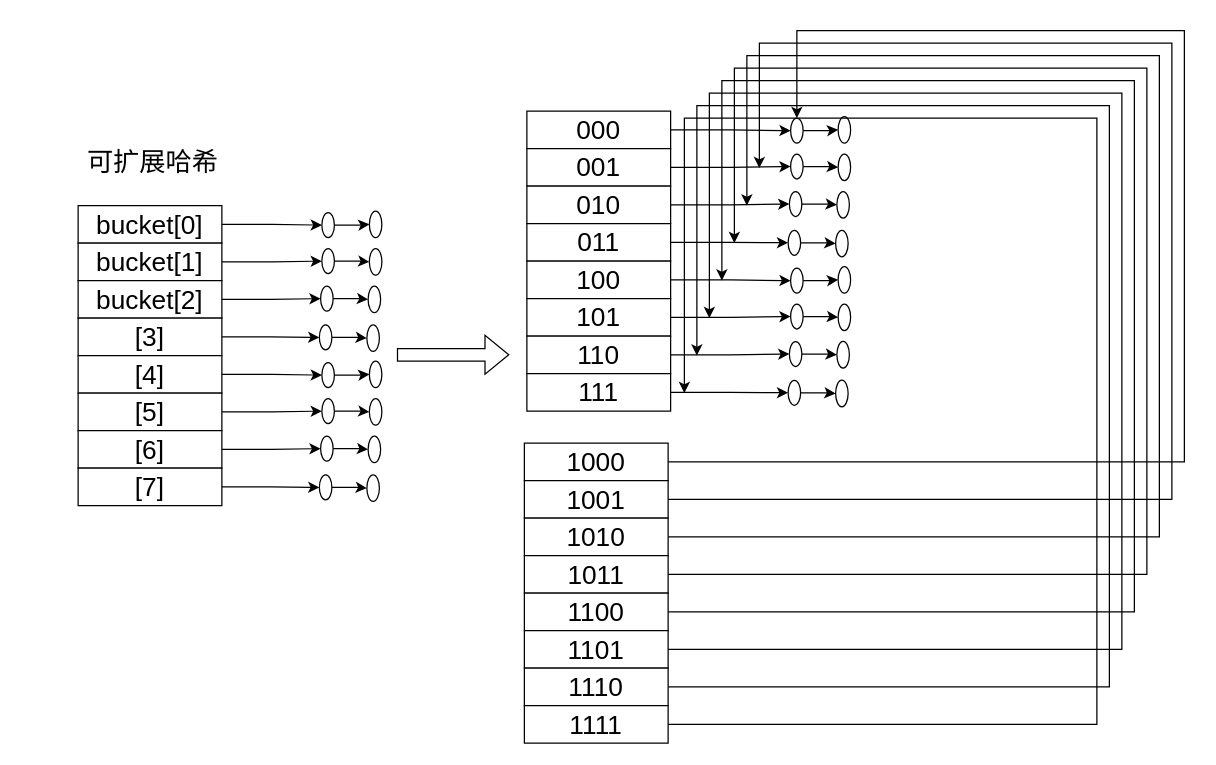
Earlier version of the draw.io diagram cmu15445.drawio (ForestLH/imghost). Source tidied: cells renumbered, new cells numbered last; positions are measured from the earlier drawing's top-left corner, leaving out a move shared by most shapes. Both pictures are drawn from the tidied source at 125%, with x=0, y=0 at pixel (21, 30).
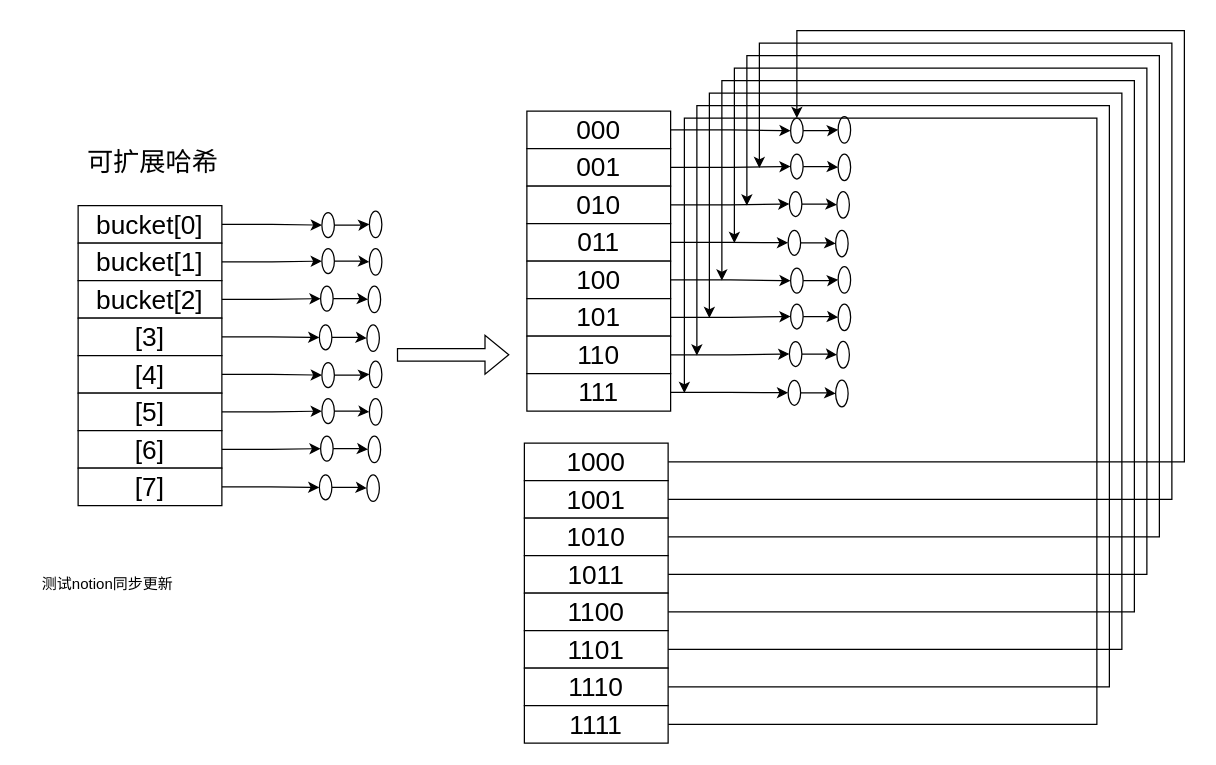
After the change.

Diff of the diagram source:
```diff
@@
+    <mxCell id="100" value="测试notion同步更新&amp;nbsp;" style="text;html=1;align=center;verticalAlign=middle;strokeColor=none;fillColor=none;" parent="1" vertex="1">
+      <mxGeometry x="5" y="428" width="130" height="30" as="geometry" />
+    </mxCell>
```
